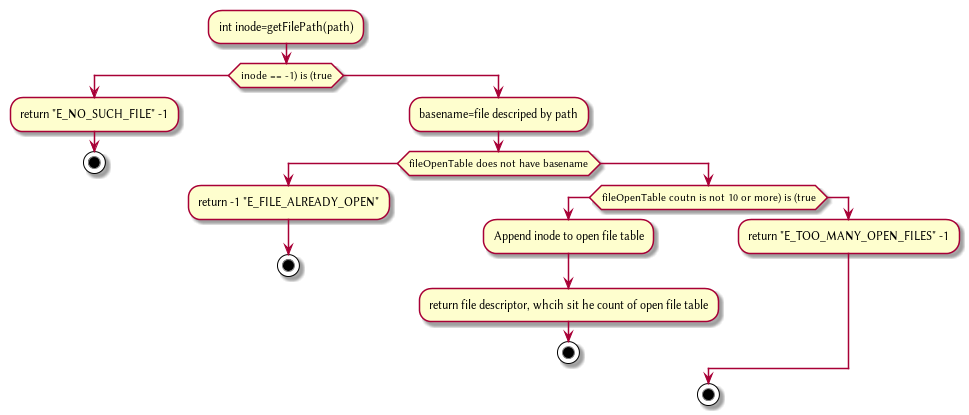
Before: Plant/FileOpen.png, a diagram exported from PlantUML (HawaiinPizza/CIS-450-final-project).
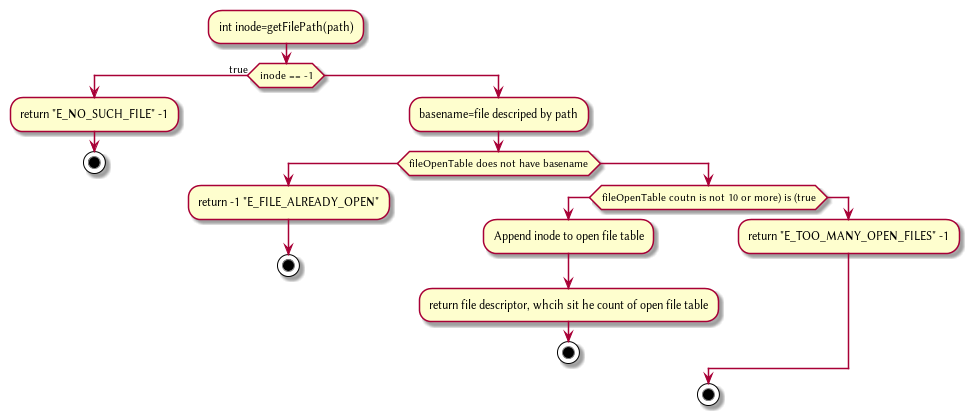
After the commit.

Change to the diagram source:
```diff
@@ -1,6 +1,6 @@
 @startuml
 :int inode=getFilePath(path);
-if(inode == -1) is (true)
+if(inode == -1) then (true)
     :return "E_NO_SUCH_FILE" -1;
     stop
 else
```
